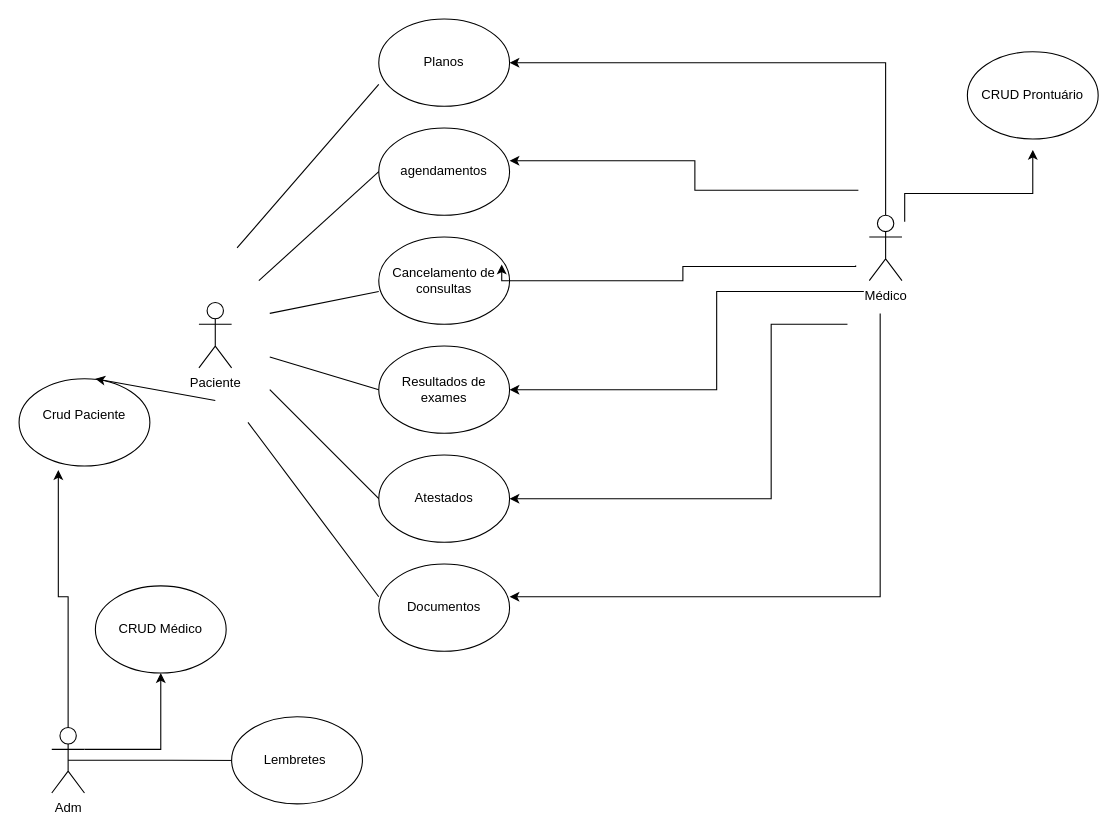
Earlier version of the draw.io diagram page "Página-4" (4 of 7) of Diagrama sem nome.drawio (Thallys28/diagramasderequisitos). Source tidied: cells renumbered, new cells numbered last; positions are measured from the earlier drawing's top-left corner, leaving out a move shared by most shapes. Both pictures are drawn from the tidied source at 109%, with x=0, y=0 at pixel (19, 19).
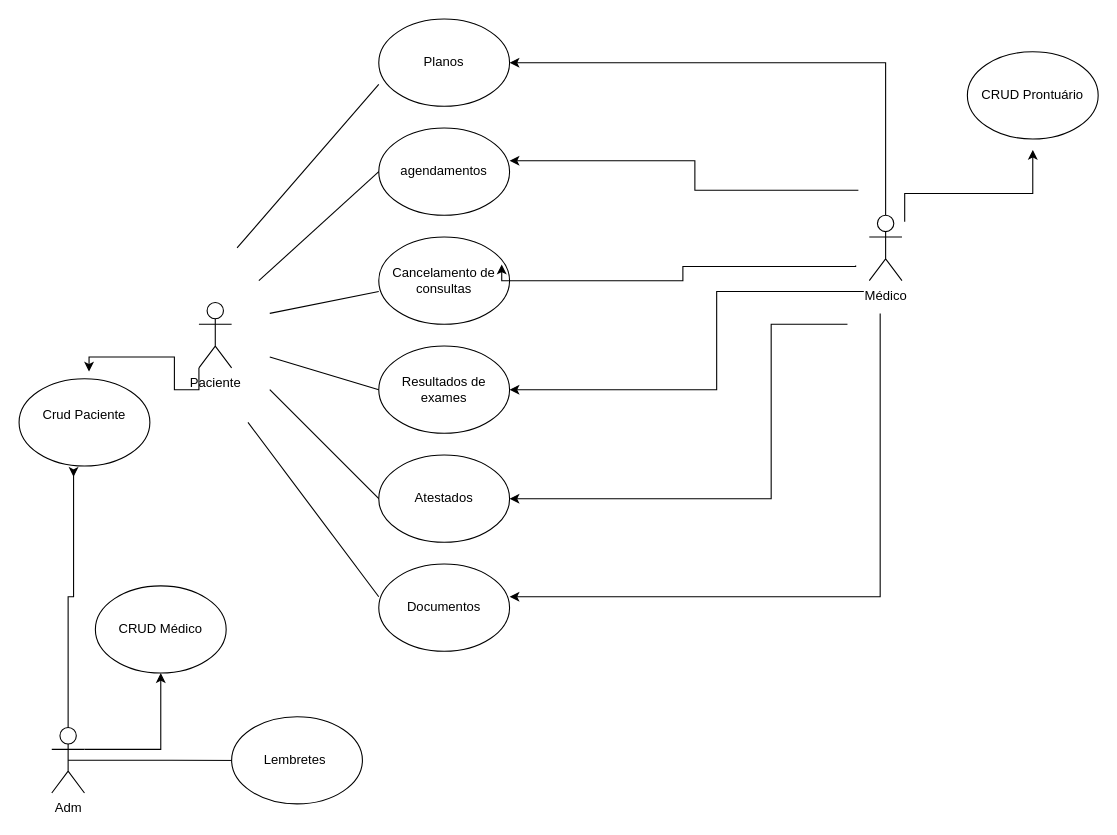
After the change.

The change refers to these unchanged cells:
```xml
<mxCell id="2" value="Crud Paciente&lt;div&gt;&lt;br&gt;&lt;/div&gt;" style="ellipse;whiteSpace=wrap;html=1;fillColor=none;" parent="1" vertex="1">
  <mxGeometry y="330" width="120" height="80" as="geometry" />
</mxCell>
<mxCell id="14" value="Paciente" style="shape=umlActor;verticalLabelPosition=bottom;verticalAlign=top;html=1;outlineConnect=0;" parent="1" vertex="1">
  <mxGeometry x="165" y="260" width="30" height="60" as="geometry" />
</mxCell>
<mxCell id="27" value="Adm" style="shape=umlActor;verticalLabelPosition=bottom;verticalAlign=top;html=1;outlineConnect=0;" parent="1" vertex="1">
  <mxGeometry x="30" y="650" width="30" height="60" as="geometry" />
</mxCell>
```

Diff of the diagram source:
```diff
@@
-    <mxCell id="3" style="endArrow=classic;html=1;rounded=0;entryX=0.583;entryY=0;entryDx=0;entryDy=0;entryPerimeter=0;" parent="1" edge="1" target="2">
-      <mxGeometry relative="1" as="geometry">
-        <mxPoint x="180" y="350" as="sourcePoint" />
-      </mxGeometry>
-    </mxCell>
@@
-    <mxCell id="28" style="edgeStyle=orthogonalEdgeStyle;rounded=0;jettySize=auto;html=1;exitX=0.5;exitY=0;exitDx=0;exitDy=0;exitPerimeter=0;entryX=0.3;entryY=1.047;entryDx=0;entryDy=0;entryPerimeter=0;" parent="1" edge="1" source="27" target="2">
-      <mxGeometry relative="1" as="geometry" />
+    <mxCell id="28" style="edgeStyle=orthogonalEdgeStyle;rounded=0;jettySize=auto;html=1;exitX=0.5;exitY=0;exitDx=0;exitDy=0;exitPerimeter=0;" parent="1" edge="1" source="27">
+      <mxGeometry relative="1" as="geometry">
+        <mxPoint x="50" y="420" as="targetPoint" />
+        <Array as="points">
+          <mxPoint x="45" y="530" />
+          <mxPoint x="50" y="530" />
+          <mxPoint x="50" y="414" />
+        </Array>
+      </mxGeometry>
     </mxCell>
@@
+    <mxCell id="32" style="edgeStyle=orthogonalEdgeStyle;rounded=0;jettySize=auto;html=1;exitX=0;exitY=1;exitDx=0;exitDy=0;exitPerimeter=0;entryX=0.535;entryY=-0.082;entryDx=0;entryDy=0;entryPerimeter=0;" parent="1" edge="1" source="14" target="2">
+      <mxGeometry relative="1" as="geometry" />
+    </mxCell>
```
